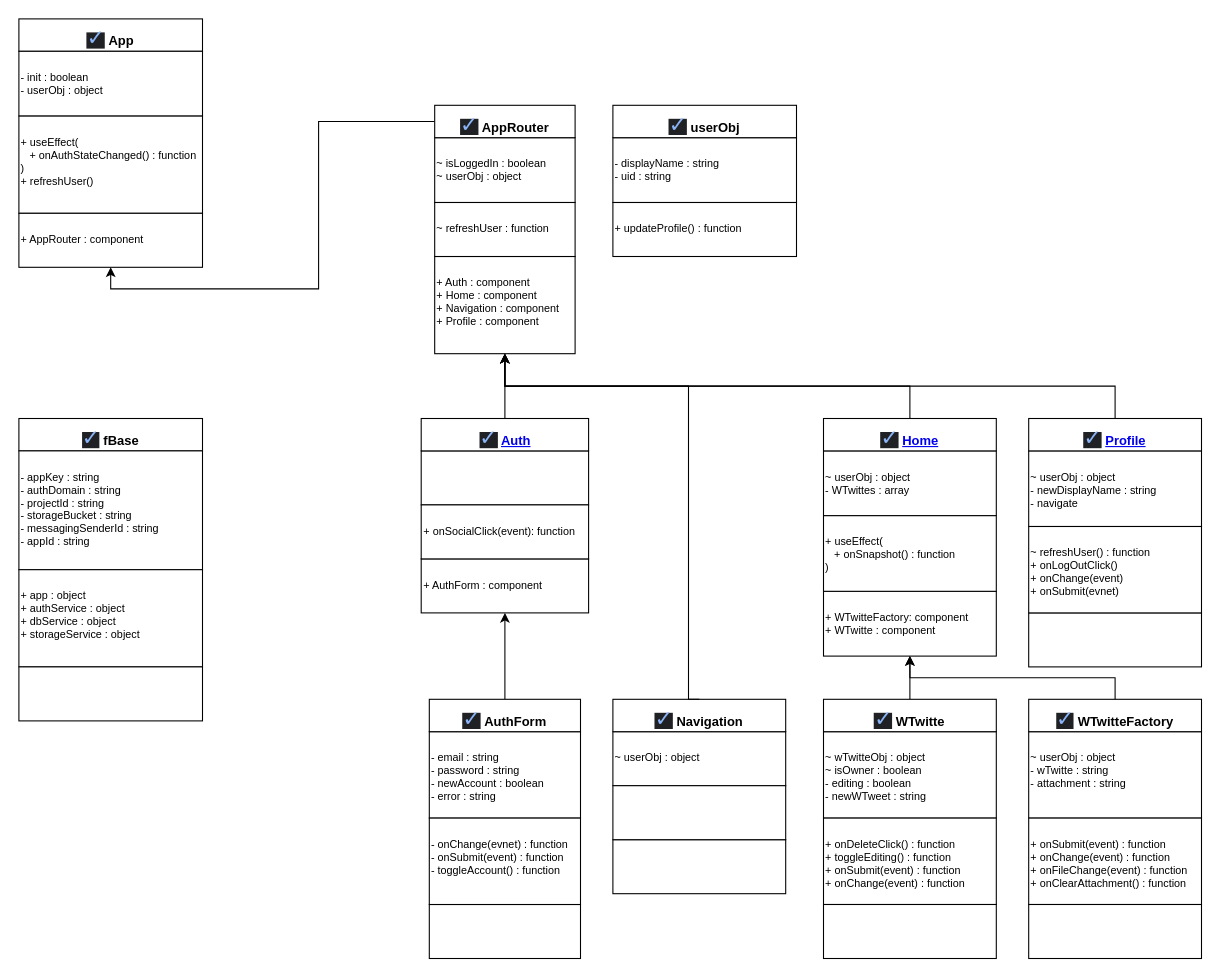
Above: page "Class Diagram" (2 of 6) of wtwitter.drawio in euoom/wtwitter (draw.io), before the change. Source tidied: cells renumbered, new cells numbered last; positions are measured from the earlier drawing's top-left corner, leaving out a move shared by most shapes. Both pictures are drawn from the tidied source at 108%, with x=0, y=0 at pixel (18, 18).
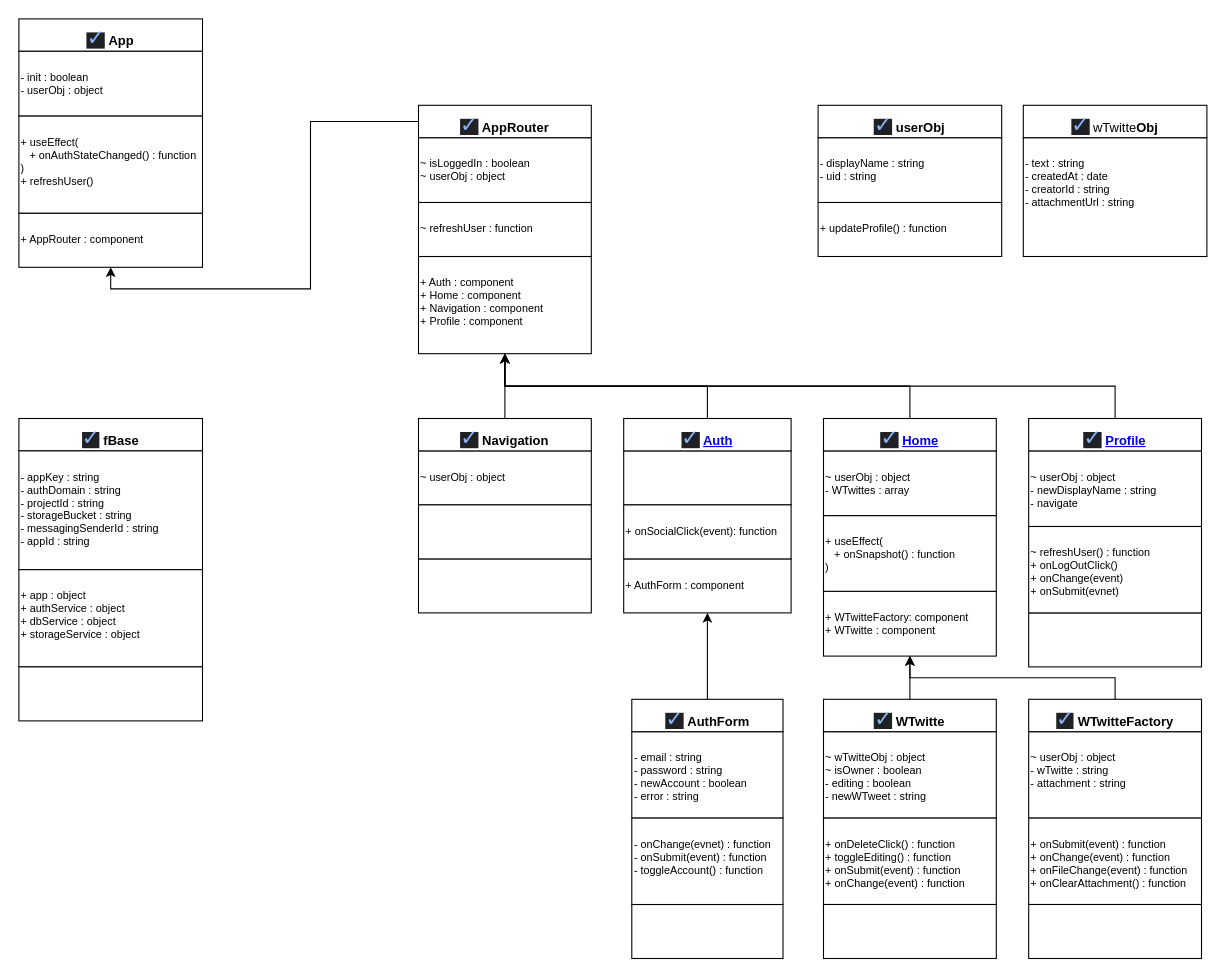
After the change.

The change refers to these unchanged cells:
```xml
<mxCell id="19" value="&lt;a style=&quot;color: rgb(138, 180, 248); text-decoration-line: none; -webkit-tap-highlight-color: rgba(255, 255, 255, 0.1); outline: 0px; font-family: &amp;quot;Apple SD Gothic Neo&amp;quot;, arial, sans-serif; font-size: small; text-align: left; background-color: rgb(32, 33, 36);&quot; href=&quot;https://unicode-table.com/kr/2713/&quot;&gt;&lt;h3 style=&quot;font-weight: 400; margin: 0px; padding: 5px 0px 0px; font-size: 20px; line-height: 1.3; display: inline-block;&quot; class=&quot;LC20lb MBeuO DKV0Md&quot;&gt;✓&lt;/h3&gt;&lt;/a&gt;&amp;nbsp;&lt;b&gt;&lt;a href=&quot;data:page/id,FzWzsDu9g3t20pTuYuTG&quot;&gt;Auth&lt;/a&gt;&lt;/b&gt;" style="whiteSpace=wrap;html=1;rounded=0;fontSize=12;" parent="17" vertex="1">
  <mxGeometry width="155" height="30" as="geometry" />
</mxCell>
<mxCell id="49" value="&lt;a style=&quot;color: rgb(138, 180, 248); text-decoration-line: none; -webkit-tap-highlight-color: rgba(255, 255, 255, 0.1); outline: 0px; font-family: &amp;quot;Apple SD Gothic Neo&amp;quot;, arial, sans-serif; font-size: small; text-align: left; background-color: rgb(32, 33, 36);&quot; href=&quot;https://unicode-table.com/kr/2713/&quot;&gt;&lt;h3 style=&quot;font-weight: 400; margin: 0px; padding: 5px 0px 0px; font-size: 20px; line-height: 1.3; display: inline-block;&quot; class=&quot;LC20lb MBeuO DKV0Md&quot;&gt;✓&lt;/h3&gt;&lt;/a&gt;&amp;nbsp;&lt;b&gt;Navigation&lt;/b&gt;" style="whiteSpace=wrap;html=1;rounded=0;fontSize=12;" parent="47" vertex="1">
  <mxGeometry width="160" height="30" as="geometry" />
</mxCell>
```

Diff of the diagram source:
```diff
@@
     <mxCell id="8" style="group;" parent="1" vertex="1">
-      <mxGeometry x="550" y="80" width="170" height="140" as="geometry" />
+      <mxGeometry x="740" y="80" width="170" height="140" as="geometry" />
     </mxCell>
@@
     <mxCell id="12" style="group;" parent="1" vertex="1">
-      <mxGeometry x="385" y="80" width="130" height="230" as="geometry" />
+      <mxGeometry x="370" y="80" width="160" height="230" as="geometry" />
     </mxCell>
     <mxCell id="13" value="&lt;br&gt;~ isLoggedIn : boolean&lt;br&gt;~ userObj : object" style="whiteSpace=wrap;html=1;rounded=0;fontSize=10;align=left;verticalAlign=top;" parent="12" vertex="1">
-      <mxGeometry y="30" width="130" height="60" as="geometry" />
+      <mxGeometry y="30" width="160" height="60" as="geometry" />
     </mxCell>
     <mxCell id="14" value="&lt;a style=&quot;color: rgb(138, 180, 248); text-decoration-line: none; -webkit-tap-highlight-color: rgba(255, 255, 255, 0.1); outline: 0px; font-family: &amp;quot;Apple SD Gothic Neo&amp;quot;, arial, sans-serif; font-size: small; text-align: left; background-color: rgb(32, 33, 36);&quot; href=&quot;https://unicode-table.com/kr/2713/&quot;&gt;&lt;h3 style=&quot;font-weight: 400; margin: 0px; padding: 5px 0px 0px; font-size: 20px; line-height: 1.3; display: inline-block;&quot; class=&quot;LC20lb MBeuO DKV0Md&quot;&gt;✓&lt;/h3&gt;&lt;/a&gt;&amp;nbsp;&lt;b&gt;AppRouter&lt;/b&gt;" style="whiteSpace=wrap;html=1;rounded=0;fontSize=12;" parent="12" vertex="1">
-      <mxGeometry width="130" height="30" as="geometry" />
+      <mxGeometry width="160" height="30" as="geometry" />
     </mxCell>
     <mxCell id="15" value="&lt;br&gt;+ Auth&amp;nbsp;: component&lt;br&gt;+ Home&amp;nbsp;: component&lt;br&gt;+ Navigation&amp;nbsp;: component&lt;br&gt;+ Profile&amp;nbsp;: component" style="whiteSpace=wrap;html=1;rounded=0;fontSize=10;align=left;verticalAlign=top;" parent="12" vertex="1">
-      <mxGeometry y="140" width="130" height="90" as="geometry" />
+      <mxGeometry y="140" width="160" height="90" as="geometry" />
     </mxCell>
     <mxCell id="16" value="&lt;br&gt;~ refreshUser : function" style="whiteSpace=wrap;html=1;rounded=0;fontSize=10;align=left;verticalAlign=top;" parent="12" vertex="1">
-      <mxGeometry y="90" width="130" height="50" as="geometry" />
+      <mxGeometry y="90" width="160" height="50" as="geometry" />
     </mxCell>
     <mxCell id="17" style="group;" parent="1" vertex="1">
-      <mxGeometry x="372.5" y="370" width="155" height="180" as="geometry" />
+      <mxGeometry x="560" y="370" width="155" height="180" as="geometry" />
     </mxCell>
@@
-    <mxCell id="23" style="edgeStyle=orthogonalEdgeStyle;rounded=0;jettySize=auto;html=1;fontSize=10;" parent="1" edge="1" source="19" target="15">
+    <mxCell id="23" style="edgeStyle=orthogonalEdgeStyle;rounded=0;jettySize=auto;html=1;fontSize=10;exitX=0.5;exitY=0;exitDx=0;exitDy=0;" parent="1" edge="1" source="19" target="15">
       <mxGeometry relative="1" as="geometry" />
     </mxCell>
@@
     <mxCell id="30" style="group;" parent="1" vertex="1">
-      <mxGeometry x="380" y="630" width="140" height="240" as="geometry" />
+      <mxGeometry x="567.5" y="630" width="140" height="240" as="geometry" />
     </mxCell>
@@
     <mxCell id="47" style="group;" parent="1" vertex="1">
-      <mxGeometry x="550" y="630" width="160" height="180" as="geometry" />
+      <mxGeometry x="370" y="370" width="160" height="180" as="geometry" />
     </mxCell>
@@
-    <mxCell id="52" style="edgeStyle=orthogonalEdgeStyle;rounded=0;jettySize=auto;html=1;fontSize=10;exitX=0.5;exitY=0;exitDx=0;exitDy=0;" parent="1" edge="1" source="49" target="15">
-      <mxGeometry relative="1" as="geometry">
-        <Array as="points">
-          <mxPoint x="620" y="340" />
-          <mxPoint x="450" y="340" />
-        </Array>
-      </mxGeometry>
-    </mxCell>
@@
+    <mxCell id="52" style="edgeStyle=orthogonalEdgeStyle;rounded=0;jettySize=auto;html=1;fontSize=10;" parent="1" edge="1" source="49" target="15">
+      <mxGeometry relative="1" as="geometry" />
+    </mxCell>
+    <mxCell id="63" style="group;" parent="1" vertex="1">
+      <mxGeometry x="930" y="80" width="170" height="140" as="geometry" />
+    </mxCell>
+    <mxCell id="64" value="&lt;br&gt;- text : string&lt;br&gt;- createdAt : date&lt;br&gt;- creatorId : string&lt;br&gt;- attachmentUrl : string" style="whiteSpace=wrap;html=1;rounded=0;fontSize=10;align=left;verticalAlign=top;" parent="63" vertex="1">
+      <mxGeometry y="30" width="170" height="110" as="geometry" />
+    </mxCell>
+    <mxCell id="65" value="&lt;a href=&quot;https://unicode-table.com/kr/2713/&quot; style=&quot;color: rgb(138, 180, 248); text-decoration-line: none; -webkit-tap-highlight-color: rgba(255, 255, 255, 0.1); outline: 0px; font-family: &amp;quot;Apple SD Gothic Neo&amp;quot;, arial, sans-serif; font-size: small; text-align: left; background-color: rgb(32, 33, 36);&quot;&gt;&lt;h3 class=&quot;LC20lb MBeuO DKV0Md&quot; style=&quot;font-weight: 400; margin: 0px; padding: 5px 0px 0px; font-size: 20px; line-height: 1.3; display: inline-block;&quot;&gt;✓&lt;/h3&gt;&lt;/a&gt;&amp;nbsp;wTwitte&lt;b&gt;Obj&lt;/b&gt;" style="whiteSpace=wrap;html=1;rounded=0;fontSize=12;" parent="63" vertex="1">
+      <mxGeometry width="170" height="30" as="geometry" />
+    </mxCell>
```
